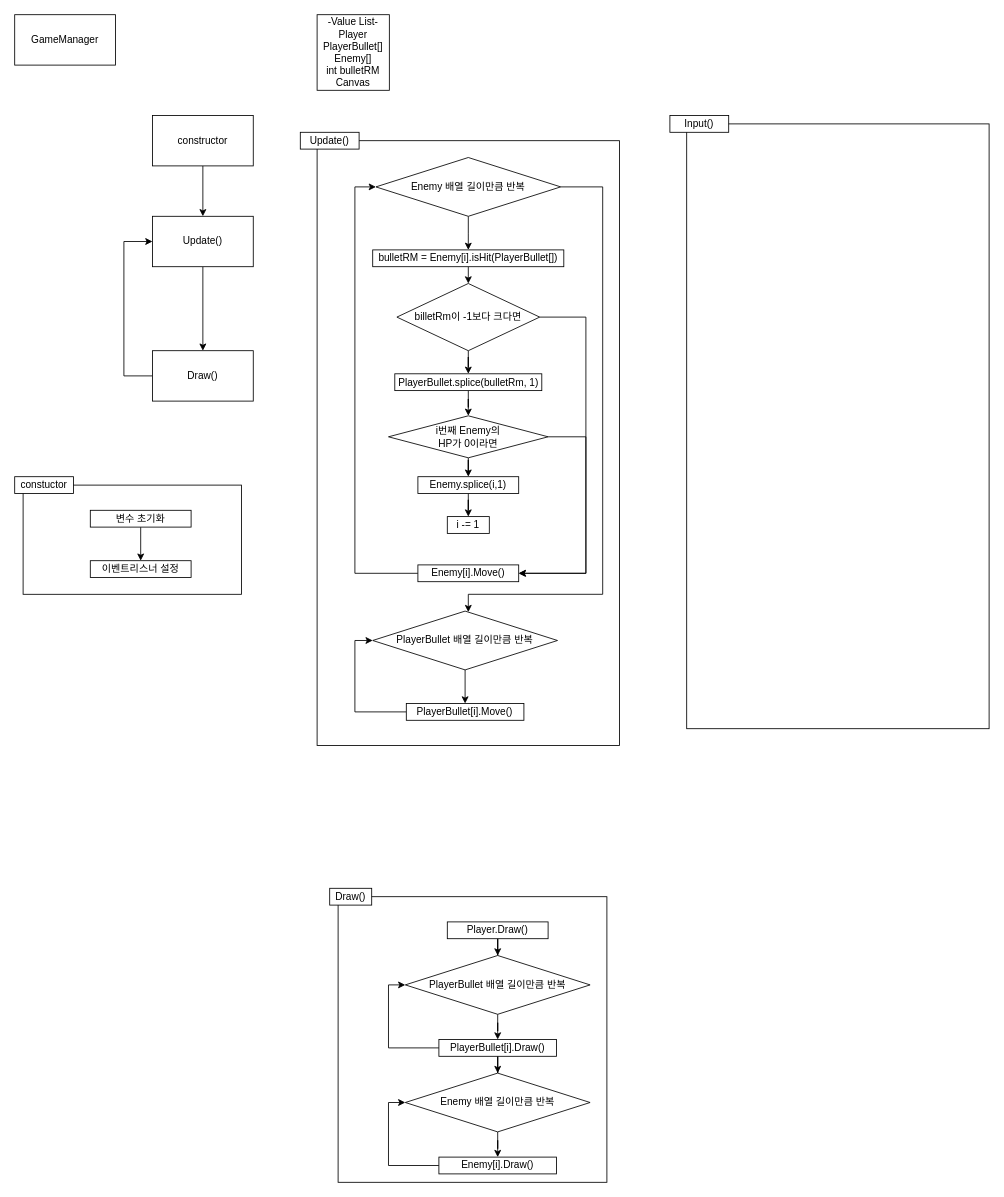
This is 게임매니저.drawio from GTByun/RWStudy, a draw.io file, before an edit. Source tidied: cells renumbered, new cells numbered last; positions are measured from the earlier drawing's top-left corner, leaving out a move shared by most shapes. Both pictures are drawn from the tidied source at 84%, with x=0, y=0 at pixel (14, 14).
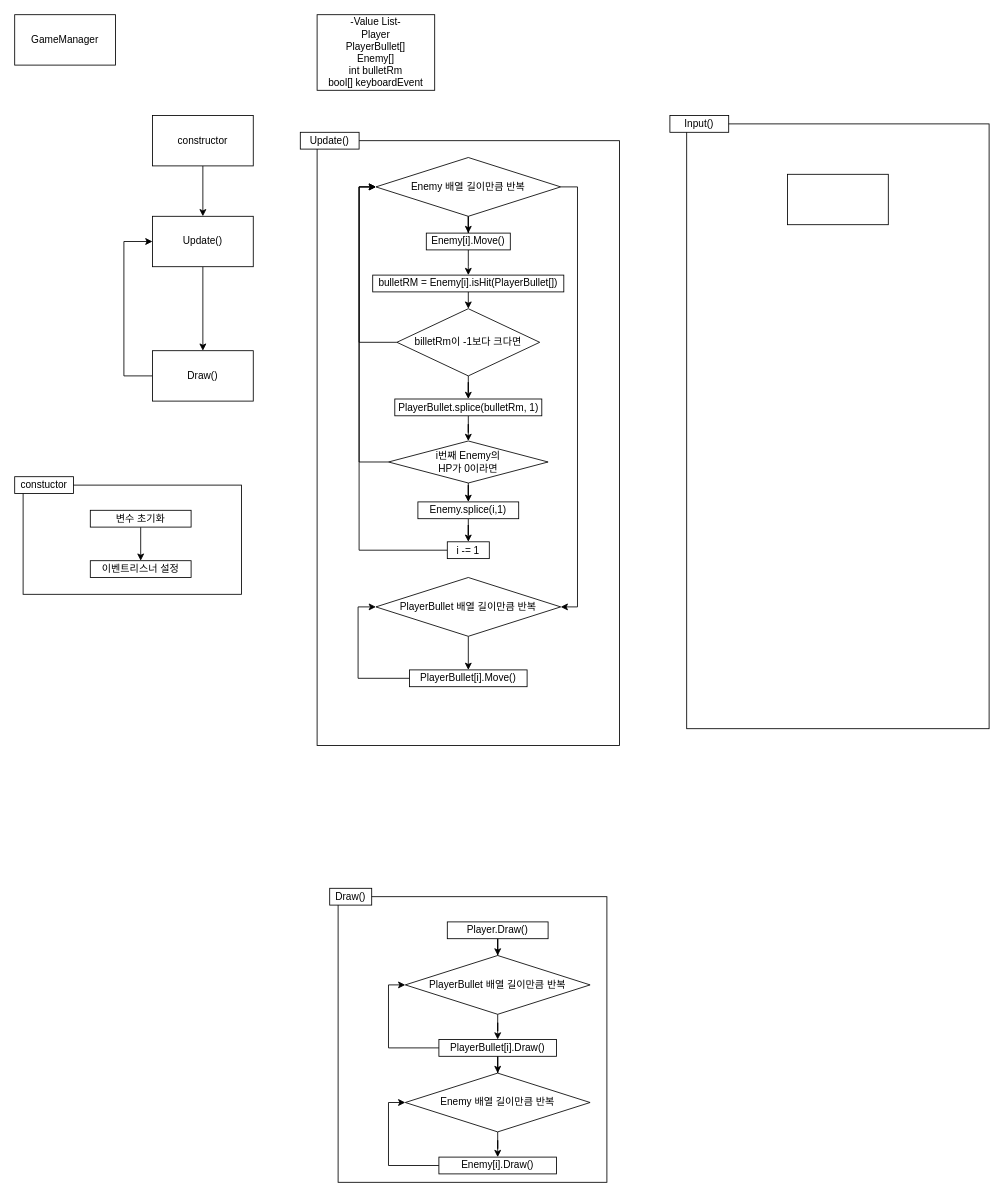
The same diagram, later.

Commit message (it also covers changes not shown here):
[GT] 다이어그램 수정

Unchanged cells that the change refers to:
```xml
<mxCell id="16" value="Enemy 배열 길이만큼 반복" style="rhombus;whiteSpace=wrap;html=1;" parent="1" vertex="1">
  <mxGeometry x="430" y="170" width="220" height="70" as="geometry" />
</mxCell>
```

The edit, as a diff of the source:
```diff
@@
-    <mxCell id="12" value="-Value List-&lt;br&gt;Player&lt;br&gt;PlayerBullet[]&lt;br&gt;Enemy[]&lt;br&gt;int bulletRM&lt;br&gt;Canvas" style="rounded=0;whiteSpace=wrap;html=1;" parent="1" vertex="1">
-      <mxGeometry x="360" width="86" height="90" as="geometry" />
+    <mxCell id="12" value="-Value List-&lt;br&gt;Player&lt;br&gt;PlayerBullet[]&lt;br&gt;Enemy[]&lt;br&gt;int bulletRm&lt;br&gt;bool[] keyboardEvent" style="rounded=0;whiteSpace=wrap;html=1;" parent="1" vertex="1">
+      <mxGeometry x="360" width="140" height="90" as="geometry" />
     </mxCell>
@@
-    <mxCell id="14" style="edgeStyle=orthogonalEdgeStyle;rounded=0;jettySize=auto;html=1;" parent="1" edge="1" source="16" target="18">
-      <mxGeometry relative="1" as="geometry" />
-    </mxCell>
+    <mxCell id="54" style="edgeStyle=orthogonalEdgeStyle;rounded=0;jettySize=auto;html=1;" parent="1" edge="1" source="16" target="20">
+      <mxGeometry relative="1" as="geometry" />
+    </mxCell>
-    <mxCell id="15" style="edgeStyle=orthogonalEdgeStyle;rounded=0;jettySize=auto;html=1;" parent="1" edge="1" source="16" target="22">
+    <mxCell id="15" style="edgeStyle=orthogonalEdgeStyle;rounded=0;jettySize=auto;html=1;entryX=1;entryY=0.5;entryDx=0;entryDy=0;" parent="1" edge="1" source="16" target="22">
       <mxGeometry relative="1" as="geometry">
         <Array as="points">
-          <mxPoint x="700" y="205" />
-          <mxPoint x="700" y="690" />
-          <mxPoint x="540" y="690" />
+          <mxPoint x="670" y="205" />
+          <mxPoint x="670" y="705" />
         </Array>
       </mxGeometry>
     </mxCell>
@@
     <mxCell id="18" value="bulletRM = Enemy[i].isHit(PlayerBullet[])" style="rounded=0;whiteSpace=wrap;html=1;" parent="1" vertex="1">
-      <mxGeometry x="426.2" y="280" width="227.5" height="20" as="geometry" />
+      <mxGeometry x="426.2" y="310" width="227.5" height="20" as="geometry" />
     </mxCell>
-    <mxCell id="19" style="edgeStyle=orthogonalEdgeStyle;rounded=0;jettySize=auto;html=1;entryX=0;entryY=0.5;entryDx=0;entryDy=0;exitX=0;exitY=0.5;exitDx=0;exitDy=0;" parent="1" edge="1" source="20" target="16">
-      <mxGeometry relative="1" as="geometry">
-        <Array as="points">
-          <mxPoint x="405" y="665" />
-          <mxPoint x="405" y="205" />
-        </Array>
-      </mxGeometry>
-    </mxCell>
-    <mxCell id="20" value="Enemy[i].Move()" style="rounded=0;whiteSpace=wrap;html=1;" parent="1" vertex="1">
-      <mxGeometry x="480" y="655" width="120" height="20" as="geometry" />
-    </mxCell>
@@
     <mxCell id="22" value="PlayerBullet 배열 길이만큼 반복" style="rhombus;whiteSpace=wrap;html=1;" parent="1" vertex="1">
-      <mxGeometry x="426.2" y="710" width="220" height="70" as="geometry" />
+      <mxGeometry x="430" y="670" width="220" height="70" as="geometry" />
     </mxCell>
     <mxCell id="23" style="edgeStyle=orthogonalEdgeStyle;rounded=0;jettySize=auto;html=1;entryX=0;entryY=0.5;entryDx=0;entryDy=0;" parent="1" edge="1" source="24" target="22">
       <mxGeometry relative="1" as="geometry">
         <Array as="points">
-          <mxPoint x="405" y="830" />
-          <mxPoint x="405" y="745" />
+          <mxPoint x="408.8" y="790" />
+          <mxPoint x="408.8" y="705" />
         </Array>
       </mxGeometry>
     </mxCell>
     <mxCell id="24" value="PlayerBullet[i].Move()" style="rounded=0;whiteSpace=wrap;html=1;" parent="1" vertex="1">
-      <mxGeometry x="466.2" y="820" width="140" height="20" as="geometry" />
+      <mxGeometry x="470" y="780" width="140" height="20" as="geometry" />
     </mxCell>
@@
     <mxCell id="38" value="PlayerBullet.splice(bulletRm, 1)" style="rounded=0;whiteSpace=wrap;html=1;" parent="1" vertex="1">
-      <mxGeometry x="452.5" y="427.5" width="175" height="20" as="geometry" />
+      <mxGeometry x="452.5" y="457.5" width="175" height="20" as="geometry" />
     </mxCell>
@@
-    <mxCell id="40" style="edgeStyle=orthogonalEdgeStyle;rounded=0;jettySize=auto;html=1;entryX=1;entryY=0.5;entryDx=0;entryDy=0;" parent="1" edge="1" source="41" target="20">
-      <mxGeometry relative="1" as="geometry">
-        <Array as="points">
-          <mxPoint x="680" y="503" />
-          <mxPoint x="680" y="665" />
-        </Array>
-      </mxGeometry>
-    </mxCell>
+    <mxCell id="55" style="edgeStyle=orthogonalEdgeStyle;rounded=0;jettySize=auto;html=1;" parent="1" edge="1" source="41" target="16">
+      <mxGeometry relative="1" as="geometry">
+        <Array as="points">
+          <mxPoint x="410" y="532.5" />
+          <mxPoint x="410" y="205" />
+        </Array>
+      </mxGeometry>
+    </mxCell>
     <mxCell id="41" value="i번째 Enemy의&lt;br&gt;HP가 0이라면" style="rhombus;whiteSpace=wrap;html=1;" parent="1" vertex="1">
-      <mxGeometry x="445" y="477.5" width="190" height="50" as="geometry" />
+      <mxGeometry x="445" y="507.5" width="190" height="50" as="geometry" />
     </mxCell>
@@
     <mxCell id="43" value="Enemy.splice(i,1)" style="rounded=0;whiteSpace=wrap;html=1;" parent="1" vertex="1">
-      <mxGeometry x="480" y="550" width="120" height="20" as="geometry" />
+      <mxGeometry x="480" y="580" width="120" height="20" as="geometry" />
     </mxCell>
+    <mxCell id="56" style="edgeStyle=orthogonalEdgeStyle;rounded=0;jettySize=auto;html=1;entryX=0;entryY=0.5;entryDx=0;entryDy=0;" parent="1" edge="1" source="44" target="16">
+      <mxGeometry relative="1" as="geometry">
+        <Array as="points">
+          <mxPoint x="410" y="638" />
+          <mxPoint x="410" y="205" />
+        </Array>
+      </mxGeometry>
+    </mxCell>
     <mxCell id="44" value="i -= 1" style="rounded=0;whiteSpace=wrap;html=1;" parent="1" vertex="1">
-      <mxGeometry x="515" y="597.5" width="50" height="20" as="geometry" />
+      <mxGeometry x="515" y="627.5" width="50" height="20" as="geometry" />
     </mxCell>
@@
-    <mxCell id="50" style="edgeStyle=orthogonalEdgeStyle;rounded=0;jettySize=auto;html=1;entryX=1;entryY=0.5;entryDx=0;entryDy=0;" parent="1" edge="1" source="51" target="20">
-      <mxGeometry relative="1" as="geometry">
-        <Array as="points">
-          <mxPoint x="680" y="360" />
-          <mxPoint x="680" y="665" />
-        </Array>
-      </mxGeometry>
-    </mxCell>
+    <mxCell id="57" style="edgeStyle=orthogonalEdgeStyle;rounded=0;jettySize=auto;html=1;entryX=0;entryY=0.5;entryDx=0;entryDy=0;" parent="1" edge="1" source="51" target="16">
+      <mxGeometry relative="1" as="geometry">
+        <Array as="points">
+          <mxPoint x="410" y="390" />
+          <mxPoint x="410" y="205" />
+        </Array>
+      </mxGeometry>
+    </mxCell>
     <mxCell id="51" value="billetRm이 -1보다 크다면" style="rhombus;whiteSpace=wrap;html=1;" parent="1" vertex="1">
-      <mxGeometry x="455" y="320" width="170" height="80" as="geometry" />
+      <mxGeometry x="455" y="350" width="170" height="80" as="geometry" />
     </mxCell>
@@
+    <mxCell id="58" style="rounded=0;whiteSpace=wrap;html=1;" parent="1" vertex="1">
+      <mxGeometry x="920" y="190" width="120" height="60" as="geometry" />
+    </mxCell>
+    <mxCell id="59" style="edgeStyle=orthogonalEdgeStyle;rounded=0;jettySize=auto;html=1;" parent="1" edge="1" source="20" target="18">
+      <mxGeometry relative="1" as="geometry" />
+    </mxCell>
+    <mxCell id="20" value="Enemy[i].Move()" style="rounded=0;whiteSpace=wrap;html=1;" parent="1" vertex="1">
+      <mxGeometry x="490" y="260" width="100" height="20" as="geometry" />
+    </mxCell>
```
